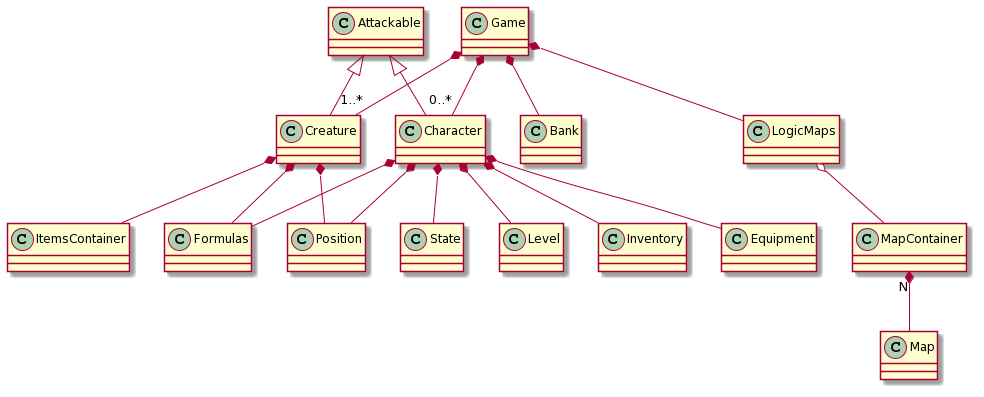
Before: docs/assets/reference_manual/server/game.png, a diagram exported from PlantUML (mauro7x/argentum).
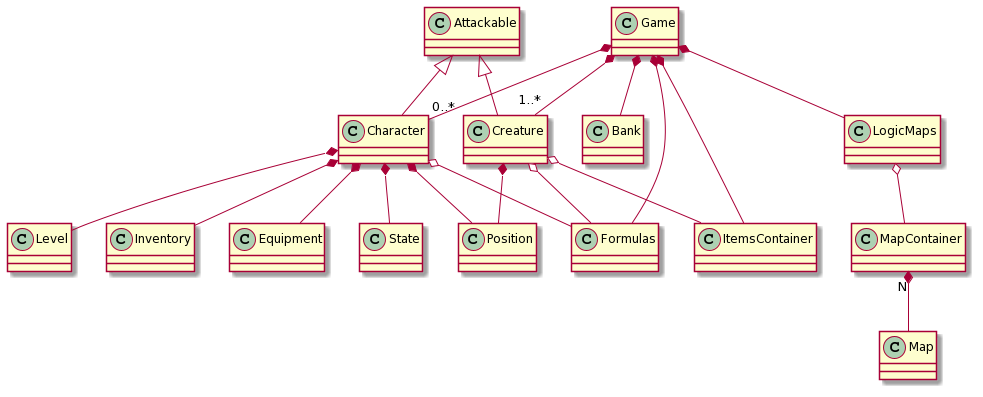
The same file after the commit.

Commit message:
agrego y modifique unos diagramas

Diff of the diagram source:
```diff
@@ -5,15 +5,17 @@
 Game *--"1..*"Creature
 Game *-- Bank
 Game *-- LogicMaps
-Character *-- Formulas
+Game *-- Formulas
+Game *-- ItemsContainer
+Character o-- Formulas
 Character *-- State
 Character *-- Level
 Character *-- Inventory
 Character *-- Equipment
 Character *-- Position
 Creature *-- Position
-Creature *-- Formulas
-Creature *-- ItemsContainer
+Creature o-- Formulas
+Creature o-- ItemsContainer
 LogicMaps o-- MapContainer
 MapContainer "N" *-- Map
 @enduml
```
